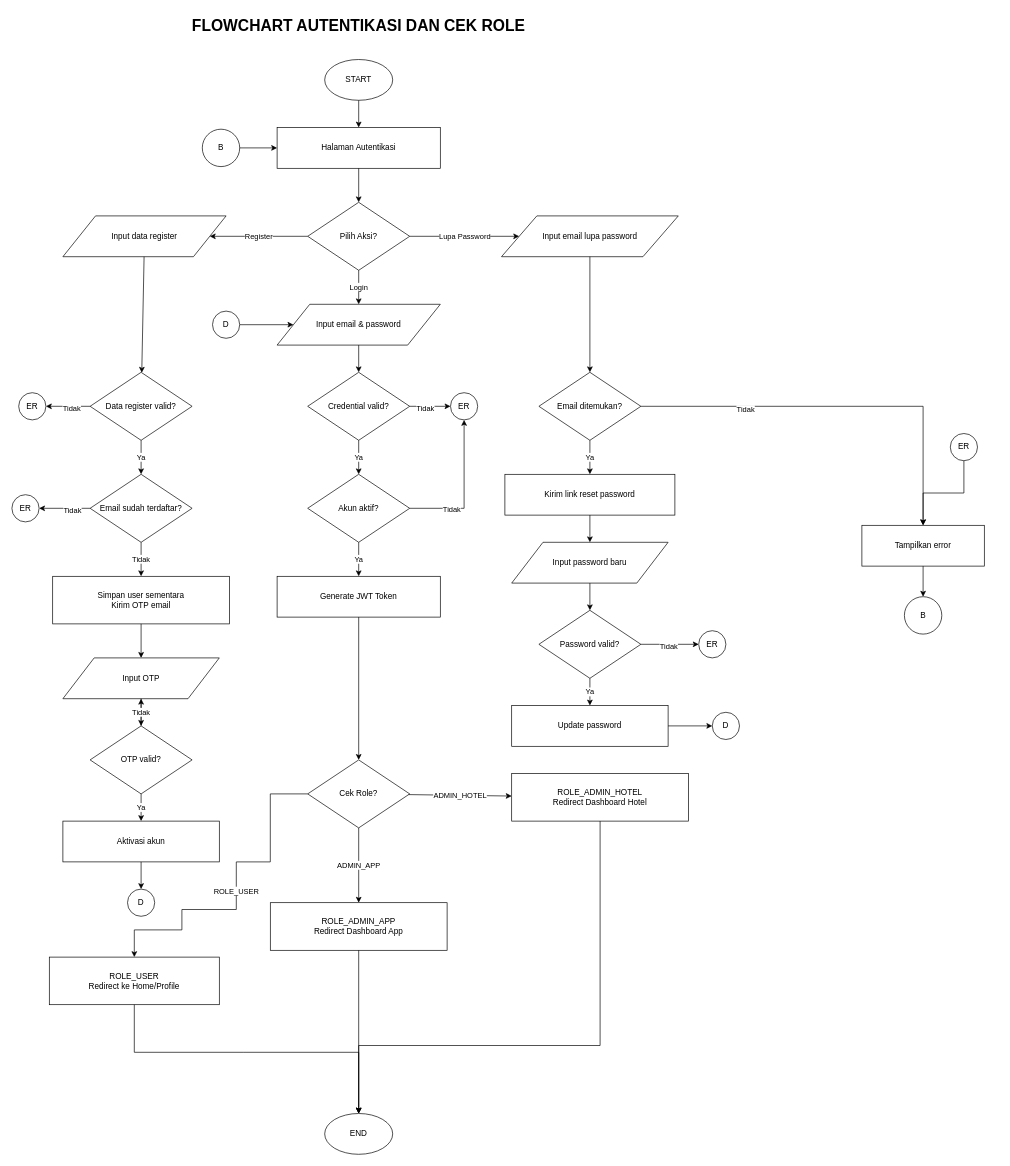
Above: page "Auth And Role" (3 of 6) of Flowchart Hotel Nginep.drawio in Yuuashura/projek-hotel-java-lanjutan (draw.io), before the change. Source tidied: cells renumbered, new cells numbered last; positions are measured from the earlier drawing's top-left corner, leaving out a move shared by most shapes. Both pictures are drawn from the tidied source at 68%, with x=0, y=0 at pixel (12, 12).
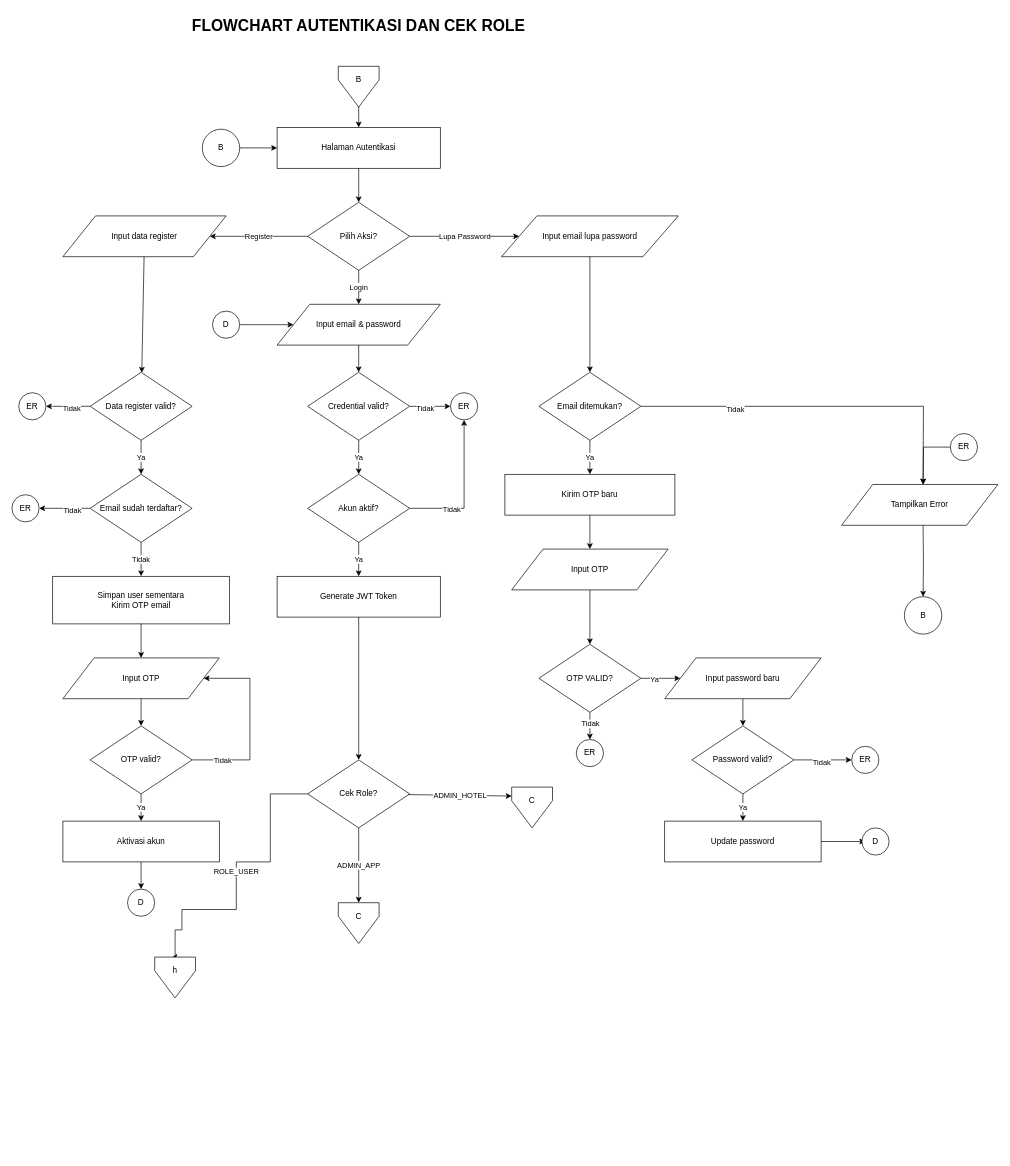
The same diagram, later.

Unchanged cells that the change refers to:
```xml
<mxCell id="4" value="Halaman Autentikasi" style="rounded=0;whiteSpace=wrap;html=1;fillColor=none;strokeColor=#000000;fontColor=#000000;" parent="1" vertex="1">
  <mxGeometry x="390" y="170" width="240" height="60" as="geometry" />
</mxCell>
<mxCell id="14" value="Input OTP" style="shape=parallelogram;perimeter=parallelogramPerimeter;whiteSpace=wrap;html=1;fillColor=none;strokeColor=#000000;fontColor=#000000;" parent="1" vertex="1">
  <mxGeometry x="75" y="950" width="230" height="60" as="geometry" />
</mxCell>
<mxCell id="15" value="OTP valid?" style="rhombus;whiteSpace=wrap;html=1;fillColor=none;strokeColor=#000000;fontColor=#000000;" parent="1" vertex="1">
  <mxGeometry x="115" y="1050" width="150" height="100" as="geometry" />
</mxCell>
<mxCell id="26" value="Cek Role?" style="rhombus;whiteSpace=wrap;html=1;fillColor=none;strokeColor=#000000;fontColor=#000000;" parent="1" vertex="1">
  <mxGeometry x="435" y="1100" width="150" height="100" as="geometry" />
</mxCell>
<mxCell id="34" value="Email ditemukan?" style="rhombus;whiteSpace=wrap;html=1;fillColor=none;strokeColor=#000000;fontColor=#000000;" parent="1" vertex="1">
  <mxGeometry x="775" y="530" width="150" height="100" as="geometry" />
</mxCell>
<mxCell id="71" value="B" style="ellipse;whiteSpace=wrap;html=1;" parent="1" vertex="1">
  <mxGeometry x="1312.5" y="860" width="55" height="55" as="geometry" />
</mxCell>
<mxCell id="76" value="ER" style="ellipse;whiteSpace=wrap;html=1;" parent="1" vertex="1">
  <mxGeometry x="1380" y="620" width="40" height="40" as="geometry" />
</mxCell>
```

Diff of the diagram source:
```diff
@@
-    <mxCell id="3" value="START" style="ellipse;whiteSpace=wrap;html=1;fillColor=none;strokeColor=#000000;fontColor=#000000;" parent="1" vertex="1">
-      <mxGeometry x="460" y="70" width="100" height="60" as="geometry" />
-    </mxCell>
@@
+    <mxCell id="55" style="edgeStyle=orthogonalEdgeStyle;rounded=0;jettySize=auto;html=1;exitX=1;exitY=0.5;exitDx=0;exitDy=0;" parent="1" edge="1" source="15" target="14">
+      <mxGeometry relative="1" as="geometry">
+        <Array as="points">
+          <mxPoint x="350" y="1100" />
+          <mxPoint x="350" y="980" />
+        </Array>
+      </mxGeometry>
+    </mxCell>
+    <mxCell id="84" value="Tidak" style="edgeLabel;html=1;align=center;verticalAlign=middle;" parent="55" vertex="1">
+      <mxGeometry x="-0.68" relative="1" as="geometry" />
+    </mxCell>
@@
-    <mxCell id="27" value="ROLE_USER&lt;br&gt;Redirect ke Home/Profile" style="rounded=0;whiteSpace=wrap;html=1;fillColor=none;strokeColor=#000000;fontColor=#000000;" parent="1" vertex="1">
-      <mxGeometry x="55" y="1390" width="250" height="70" as="geometry" />
-    </mxCell>
-    <mxCell id="28" value="ROLE_ADMIN_HOTEL&lt;br&gt;Redirect Dashboard Hotel" style="rounded=0;whiteSpace=wrap;html=1;fillColor=none;strokeColor=#000000;fontColor=#000000;" parent="1" vertex="1">
-      <mxGeometry x="735" y="1120" width="260" height="70" as="geometry" />
-    </mxCell>
-    <mxCell id="29" value="ROLE_ADMIN_APP&lt;br&gt;Redirect Dashboard App" style="rounded=0;whiteSpace=wrap;html=1;fillColor=none;strokeColor=#000000;fontColor=#000000;" parent="1" vertex="1">
-      <mxGeometry x="380" y="1310" width="260" height="70" as="geometry" />
-    </mxCell>
-    <mxCell id="30" value="END" style="ellipse;whiteSpace=wrap;html=1;fillColor=none;strokeColor=#000000;fontColor=#000000;" parent="1" vertex="1">
-      <mxGeometry x="460" y="1620" width="100" height="60" as="geometry" />
-    </mxCell>
@@
-    <mxCell id="32" style="edgeStyle=orthogonalEdgeStyle;rounded=0;jettySize=auto;html=1;entryX=0.5;entryY=0;entryDx=0;entryDy=0;" parent="1" edge="1" source="34" target="43">
-      <mxGeometry relative="1" as="geometry" />
+    <mxCell id="32" style="edgeStyle=orthogonalEdgeStyle;rounded=0;jettySize=auto;html=1;entryX=0.5;entryY=0;entryDx=0;entryDy=0;" parent="1" edge="1" source="34">
+      <mxGeometry relative="1" as="geometry">
+        <mxPoint x="1340" y="695" as="targetPoint" />
+      </mxGeometry>
     </mxCell>
@@
+    <mxCell id="85" style="edgeStyle=orthogonalEdgeStyle;rounded=0;jettySize=auto;html=1;" parent="1" edge="1" source="35" target="101">
+      <mxGeometry relative="1" as="geometry" />
+    </mxCell>
-    <mxCell id="35" value="Kirim link reset password" style="rounded=0;whiteSpace=wrap;html=1;fillColor=none;strokeColor=#000000;fontColor=#000000;" parent="1" vertex="1">
+    <mxCell id="35" value="Kirim OTP baru" style="rounded=0;whiteSpace=wrap;html=1;fillColor=none;strokeColor=#000000;fontColor=#000000;" parent="1" vertex="1">
       <mxGeometry x="725" y="680" width="250" height="60" as="geometry" />
     </mxCell>
     <mxCell id="36" value="Input password baru" style="shape=parallelogram;perimeter=parallelogramPerimeter;whiteSpace=wrap;html=1;fillColor=none;strokeColor=#000000;fontColor=#000000;" parent="1" vertex="1">
-      <mxGeometry x="735" y="780" width="230" height="60" as="geometry" />
+      <mxGeometry x="960" y="950" width="230" height="60" as="geometry" />
     </mxCell>
@@
     <mxCell id="39" value="Password valid?" style="rhombus;whiteSpace=wrap;html=1;fillColor=none;strokeColor=#000000;fontColor=#000000;" parent="1" vertex="1">
-      <mxGeometry x="775" y="880" width="150" height="100" as="geometry" />
+      <mxGeometry x="1000" y="1050" width="150" height="100" as="geometry" />
     </mxCell>
-    <mxCell id="40" style="edgeStyle=orthogonalEdgeStyle;rounded=0;jettySize=auto;html=1;" parent="1" edge="1" source="41" target="80">
-      <mxGeometry relative="1" as="geometry" />
+    <mxCell id="40" style="edgeStyle=orthogonalEdgeStyle;rounded=0;jettySize=auto;html=1;" parent="1" edge="1" source="41">
+      <mxGeometry relative="1" as="geometry">
+        <mxPoint x="1255" y="1220" as="targetPoint" />
+      </mxGeometry>
     </mxCell>
     <mxCell id="41" value="Update password" style="rounded=0;whiteSpace=wrap;html=1;fillColor=none;strokeColor=#000000;fontColor=#000000;" parent="1" vertex="1">
-      <mxGeometry x="735" y="1020" width="230" height="60" as="geometry" />
+      <mxGeometry x="960" y="1190" width="230" height="60" as="geometry" />
     </mxCell>
-    <mxCell id="42" style="edgeStyle=orthogonalEdgeStyle;rounded=0;jettySize=auto;html=1;" parent="1" edge="1" source="43" target="71">
-      <mxGeometry relative="1" as="geometry" />
+    <mxCell id="42" style="edgeStyle=orthogonalEdgeStyle;rounded=0;jettySize=auto;html=1;" parent="1" edge="1" target="71">
+      <mxGeometry relative="1" as="geometry">
+        <mxPoint x="1340" y="755" as="sourcePoint" />
+      </mxGeometry>
     </mxCell>
-    <mxCell id="43" value="Tampilkan error" style="rounded=0;whiteSpace=wrap;html=1;fillColor=none;strokeColor=#000000;fontColor=#000000;" parent="1" vertex="1">
-      <mxGeometry x="1250" y="755" width="180" height="60" as="geometry" />
-    </mxCell>
-    <mxCell id="44" style="endArrow=classic;html=1;rounded=0;strokeColor=#000000;fontColor=#000000;" parent="1" edge="1" source="3" target="4">
-      <mxGeometry relative="1" as="geometry" />
+    <mxCell id="44" style="endArrow=classic;html=1;rounded=0;strokeColor=#000000;fontColor=#000000;" parent="1" edge="1" target="4">
+      <mxGeometry relative="1" as="geometry">
+        <mxPoint x="510" y="130" as="sourcePoint" />
+      </mxGeometry>
     </mxCell>
@@
-    <mxCell id="55" value="Tidak" style="endArrow=classic;html=1;rounded=0;strokeColor=#000000;fontColor=#000000;" parent="1" edge="1" source="15" target="14">
-      <mxGeometry relative="1" as="geometry" />
-    </mxCell>
@@
-    <mxCell id="60" value="ROLE_USER" style="endArrow=classic;html=1;rounded=0;strokeColor=#000000;fontColor=#000000;" parent="1" edge="1" source="26" target="27">
+    <mxCell id="60" value="ROLE_USER" style="endArrow=classic;html=1;rounded=0;strokeColor=#000000;fontColor=#000000;entryX=0.418;entryY=0.011;entryDx=0;entryDy=0;entryPerimeter=0;" parent="1" edge="1" source="26" target="88">
       <mxGeometry relative="1" as="geometry">
         <Array as="points">
           <mxPoint x="380" y="1150" />
           <mxPoint x="380" y="1250" />
           <mxPoint x="330" y="1250" />
           <mxPoint x="330" y="1320" />
           <mxPoint x="250" y="1320" />
           <mxPoint x="250" y="1350" />
-          <mxPoint x="180" y="1350" />
+          <mxPoint x="240" y="1350" />
+          <mxPoint x="240" y="1380" />
+          <mxPoint x="240" y="1390" />
         </Array>
       </mxGeometry>
     </mxCell>
-    <mxCell id="61" value="ADMIN_HOTEL" style="endArrow=classic;html=1;rounded=0;strokeColor=#000000;fontColor=#000000;" parent="1" edge="1" source="26" target="28">
-      <mxGeometry relative="1" as="geometry" />
+    <mxCell id="61" value="ADMIN_HOTEL" style="endArrow=classic;html=1;rounded=0;strokeColor=#000000;fontColor=#000000;" parent="1" edge="1" source="26">
+      <mxGeometry relative="1" as="geometry">
+        <mxPoint x="735" y="1153.2" as="targetPoint" />
+      </mxGeometry>
     </mxCell>
-    <mxCell id="62" value="ADMIN_APP" style="endArrow=classic;html=1;rounded=0;strokeColor=#000000;fontColor=#000000;" parent="1" edge="1" source="26" target="29">
-      <mxGeometry relative="1" as="geometry" />
+    <mxCell id="62" value="ADMIN_APP" style="endArrow=classic;html=1;rounded=0;strokeColor=#000000;fontColor=#000000;" parent="1" edge="1" source="26">
+      <mxGeometry relative="1" as="geometry">
+        <mxPoint x="510" y="1310" as="targetPoint" />
+      </mxGeometry>
     </mxCell>
-    <mxCell id="63" style="endArrow=classic;html=1;rounded=0;strokeColor=#000000;fontColor=#000000;" parent="1" edge="1" source="27" target="30">
-      <mxGeometry relative="1" as="geometry">
-        <Array as="points">
-          <mxPoint x="180" y="1530" />
-          <mxPoint x="340" y="1530" />
-          <mxPoint x="510" y="1530" />
-        </Array>
-      </mxGeometry>
-    </mxCell>
-    <mxCell id="64" style="endArrow=classic;html=1;rounded=0;strokeColor=#000000;fontColor=#000000;" parent="1" edge="1" source="28" target="30">
-      <mxGeometry relative="1" as="geometry">
-        <Array as="points">
-          <mxPoint x="865" y="1520" />
-          <mxPoint x="510" y="1520" />
-        </Array>
-      </mxGeometry>
-    </mxCell>
-    <mxCell id="65" style="endArrow=classic;html=1;rounded=0;strokeColor=#000000;fontColor=#000000;" parent="1" edge="1" source="29" target="30">
-      <mxGeometry relative="1" as="geometry" />
-    </mxCell>
@@
-    <mxCell id="68" style="endArrow=classic;html=1;rounded=0;strokeColor=#000000;fontColor=#000000;" parent="1" edge="1" source="35" target="36">
-      <mxGeometry relative="1" as="geometry" />
-    </mxCell>
@@
-    <mxCell id="75" style="edgeStyle=orthogonalEdgeStyle;rounded=0;jettySize=auto;html=1;" parent="1" edge="1" source="76" target="43">
-      <mxGeometry relative="1" as="geometry" />
+    <mxCell id="75" style="edgeStyle=orthogonalEdgeStyle;rounded=0;jettySize=auto;html=1;" parent="1" edge="1" source="76">
+      <mxGeometry relative="1" as="geometry">
+        <mxPoint x="1340" y="695" as="targetPoint" />
+      </mxGeometry>
     </mxCell>
@@
     <mxCell id="79" value="ER" style="ellipse;whiteSpace=wrap;html=1;" parent="1" vertex="1">
-      <mxGeometry x="1010" y="910" width="40" height="40" as="geometry" />
+      <mxGeometry x="1235" y="1080" width="40" height="40" as="geometry" />
     </mxCell>
     <mxCell id="80" value="D" style="ellipse;whiteSpace=wrap;html=1;" parent="1" vertex="1">
-      <mxGeometry x="1030" y="1030" width="40" height="40" as="geometry" />
+      <mxGeometry x="1250" y="1200" width="40" height="40" as="geometry" />
     </mxCell>
@@
+    <mxCell id="86" style="verticalLabelPosition=bottom;verticalAlign=top;html=1;shape=offPageConnector;rounded=0;size=0.6666666666666666;" parent="1" vertex="1">
+      <mxGeometry x="480" y="80" width="60" height="60" as="geometry" />
+    </mxCell>
+    <mxCell id="87" value="B" style="text;html=1;whiteSpace=wrap;strokeColor=none;fillColor=none;align=center;verticalAlign=middle;rounded=0;" parent="1" vertex="1">
+      <mxGeometry x="480" y="85" width="60" height="30" as="geometry" />
+    </mxCell>
+    <mxCell id="88" style="verticalLabelPosition=bottom;verticalAlign=top;html=1;shape=offPageConnector;rounded=0;size=0.6666666666666666;" parent="1" vertex="1">
+      <mxGeometry x="210" y="1390" width="60" height="60" as="geometry" />
+    </mxCell>
+    <mxCell id="89" value="h" style="text;html=1;whiteSpace=wrap;strokeColor=none;fillColor=none;align=center;verticalAlign=middle;rounded=0;" parent="1" vertex="1">
+      <mxGeometry x="210" y="1395" width="60" height="30" as="geometry" />
+    </mxCell>
+    <mxCell id="90" style="verticalLabelPosition=bottom;verticalAlign=top;html=1;shape=offPageConnector;rounded=0;size=0.6666666666666666;" parent="1" vertex="1">
+      <mxGeometry x="480" y="1310" width="60" height="60" as="geometry" />
+    </mxCell>
+    <mxCell id="91" value="C" style="text;html=1;whiteSpace=wrap;strokeColor=none;fillColor=none;align=center;verticalAlign=middle;rounded=0;" parent="1" vertex="1">
+      <mxGeometry x="480" y="1315" width="60" height="30" as="geometry" />
+    </mxCell>
+    <mxCell id="92" style="verticalLabelPosition=bottom;verticalAlign=top;html=1;shape=offPageConnector;rounded=0;size=0.6666666666666666;" parent="1" vertex="1">
+      <mxGeometry x="735" y="1140" width="60" height="60" as="geometry" />
+    </mxCell>
+    <mxCell id="93" value="C" style="text;html=1;whiteSpace=wrap;strokeColor=none;fillColor=none;align=center;verticalAlign=middle;rounded=0;" parent="1" vertex="1">
+      <mxGeometry x="735" y="1145" width="60" height="30" as="geometry" />
+    </mxCell>
+    <mxCell id="94" value="Tampilkan Error" style="shape=parallelogram;perimeter=parallelogramPerimeter;whiteSpace=wrap;html=1;fillColor=none;strokeColor=#000000;fontColor=#000000;" parent="1" vertex="1">
+      <mxGeometry x="1220" y="695" width="230" height="60" as="geometry" />
+    </mxCell>
+    <mxCell id="95" style="edgeStyle=orthogonalEdgeStyle;rounded=0;jettySize=auto;html=1;" parent="1" edge="1" source="99" target="36">
+      <mxGeometry relative="1" as="geometry" />
+    </mxCell>
+    <mxCell id="96" value="Ya" style="edgeLabel;html=1;align=center;verticalAlign=middle;" parent="95" vertex="1">
+      <mxGeometry x="-0.43" y="-1" relative="1" as="geometry" />
+    </mxCell>
+    <mxCell id="97" style="edgeStyle=orthogonalEdgeStyle;rounded=0;jettySize=auto;html=1;" parent="1" edge="1" source="99" target="102">
+      <mxGeometry relative="1" as="geometry" />
+    </mxCell>
+    <mxCell id="98" value="Tidak" style="edgeLabel;html=1;align=center;verticalAlign=middle;" parent="97" vertex="1">
+      <mxGeometry x="-0.2" relative="1" as="geometry" />
+    </mxCell>
+    <mxCell id="99" value="OTP VALID?" style="rhombus;whiteSpace=wrap;html=1;fillColor=none;strokeColor=#000000;fontColor=#000000;" parent="1" vertex="1">
+      <mxGeometry x="775" y="930" width="150" height="100" as="geometry" />
+    </mxCell>
+    <mxCell id="100" style="edgeStyle=orthogonalEdgeStyle;rounded=0;jettySize=auto;html=1;" parent="1" edge="1" source="101" target="99">
+      <mxGeometry relative="1" as="geometry" />
+    </mxCell>
+    <mxCell id="101" value="Input OTP" style="shape=parallelogram;perimeter=parallelogramPerimeter;whiteSpace=wrap;html=1;fillColor=none;strokeColor=#000000;fontColor=#000000;" parent="1" vertex="1">
+      <mxGeometry x="735" y="790" width="230" height="60" as="geometry" />
+    </mxCell>
+    <mxCell id="102" value="ER" style="ellipse;whiteSpace=wrap;html=1;" parent="1" vertex="1">
+      <mxGeometry x="830" y="1070" width="40" height="40" as="geometry" />
+    </mxCell>
```
